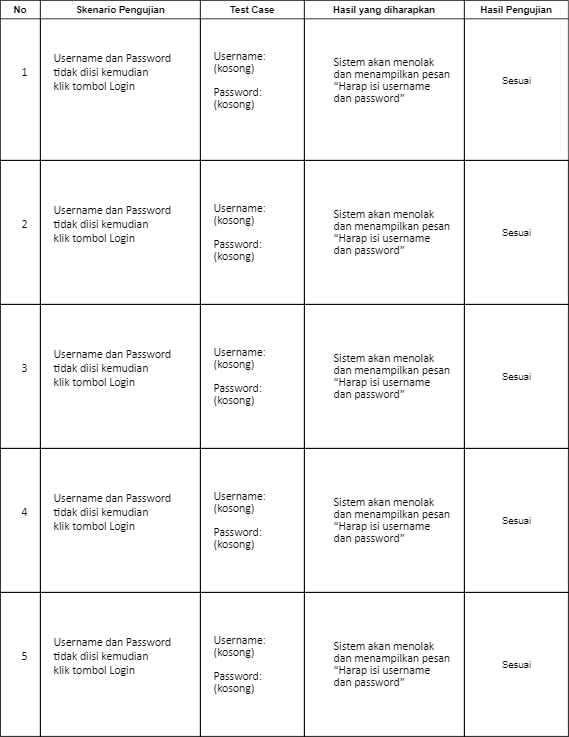
Above: Integration and System Testing.png in tamamhuda/Aplikasi-Presensi (draw.io), before the change. Source tidied: cells renumbered, new cells last; positions are measured from the earlier drawing's top-left corner, leaving out a move shared by most shapes.
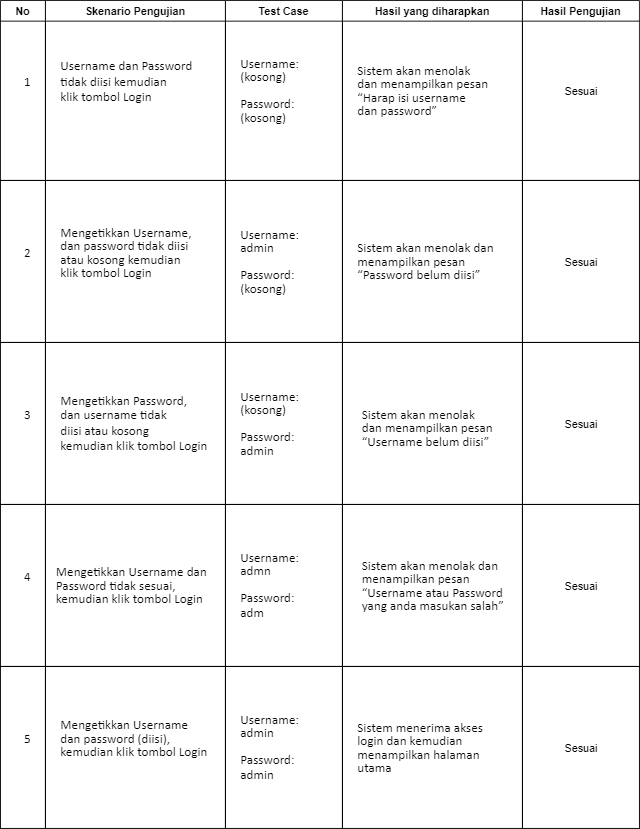
The same diagram one commit later.

What changed in the source:
```diff
@@ -21,7 +21,7 @@
       <mxGeometry x="380" width="200" height="200" as="geometry" />
     </mxCell>
     <mxCell id="8" value="&lt;span style=&quot;font-size: 11.0pt ; line-height: 107% ; font-family: &amp;#34;calibri&amp;#34; , sans-serif&quot;&gt;Sistem akan menolak &lt;br&gt;dan menampilkan pesan &lt;br&gt;“Harap isi username &lt;br&gt;dan password”&lt;/span&gt;" style="text;html=1;align=left;verticalAlign=middle;strokeColor=none;fillColor=none;" parent="7" vertex="1">
-      <mxGeometry x="35" y="65" width="160" height="70" as="geometry" />
+      <mxGeometry x="15" y="65" width="160" height="70" as="geometry" />
     </mxCell>
     <mxCell id="9" value="Hasil Pengujian" style="swimlane;" parent="1" vertex="1">
       <mxGeometry x="580" width="130" height="200" as="geometry" />
@@ -50,14 +50,14 @@
     <mxCell id="17" value="Sesuai" style="text;html=1;align=center;verticalAlign=middle;strokeColor=none;fillColor=none;" parent="1" vertex="1">
       <mxGeometry x="620" y="280" width="50" height="20" as="geometry" />
     </mxCell>
-    <mxCell id="18" value="&lt;div style=&quot;text-align: justify&quot;&gt;&lt;span style=&quot;font-family: &amp;#34;calibri&amp;#34; , sans-serif ; font-size: 11pt&quot;&gt;Username&amp;nbsp;&lt;/span&gt;&lt;span style=&quot;font-size: 11pt ; font-family: &amp;#34;calibri&amp;#34; , sans-serif&quot;&gt;dan Password&amp;nbsp;&lt;/span&gt;&lt;/div&gt;&lt;div style=&quot;text-align: justify&quot;&gt;&lt;span style=&quot;font-size: 11pt ; font-family: &amp;#34;calibri&amp;#34; , sans-serif&quot;&gt;tidak diisi&amp;nbsp;&lt;/span&gt;&lt;span style=&quot;font-size: 11pt ; font-family: &amp;#34;calibri&amp;#34; , sans-serif&quot;&gt;kemudian&amp;nbsp;&lt;/span&gt;&lt;/div&gt;&lt;div style=&quot;text-align: justify&quot;&gt;&lt;span style=&quot;font-size: 11pt ; font-family: &amp;#34;calibri&amp;#34; , sans-serif&quot;&gt;klik tombol Login&lt;/span&gt;&lt;/div&gt;" style="text;html=1;align=left;verticalAlign=middle;strokeColor=none;fillColor=none;" parent="1" vertex="1">
-      <mxGeometry x="65" y="255" width="170" height="50" as="geometry" />
+    <mxCell id="18" value="&lt;div style=&quot;text-align: justify&quot;&gt;&lt;span style=&quot;font-size: 11.0pt ; line-height: 107% ; font-family: &amp;#34;calibri&amp;#34; , sans-serif&quot;&gt;Mengetikkan Username,&lt;br&gt;dan password tidak diisi&lt;br&gt;atau kosong kemudian&lt;br&gt;klik tombol Login&lt;/span&gt;&lt;br&gt;&lt;/div&gt;" style="text;html=1;align=left;verticalAlign=middle;strokeColor=none;fillColor=none;" parent="1" vertex="1">
+      <mxGeometry x="65" y="245" width="160" height="70" as="geometry" />
     </mxCell>
-    <mxCell id="19" value="&lt;div style=&quot;text-align: justify&quot;&gt;&lt;span style=&quot;font-size: 11.0pt ; line-height: 107% ; font-family: &amp;#34;calibri&amp;#34; , sans-serif&quot;&gt;Username:&lt;br&gt;(kosong)&amp;nbsp;&lt;/span&gt;&lt;/div&gt;&lt;div style=&quot;text-align: justify&quot;&gt;&lt;span style=&quot;font-size: 11.0pt ; line-height: 107% ; font-family: &amp;#34;calibri&amp;#34; , sans-serif&quot;&gt;&lt;br&gt;&lt;/span&gt;&lt;/div&gt;&lt;div style=&quot;text-align: justify&quot;&gt;&lt;span style=&quot;font-size: 11.0pt ; line-height: 107% ; font-family: &amp;#34;calibri&amp;#34; , sans-serif&quot;&gt;Password:&amp;nbsp;&lt;/span&gt;&lt;/div&gt;&lt;div style=&quot;text-align: justify&quot;&gt;&lt;span style=&quot;font-size: 11.0pt ; line-height: 107% ; font-family: &amp;#34;calibri&amp;#34; , sans-serif&quot;&gt;(kosong)&lt;/span&gt;&lt;br&gt;&lt;/div&gt;" style="text;html=1;align=left;verticalAlign=middle;strokeColor=none;fillColor=none;" parent="1" vertex="1">
+    <mxCell id="19" value="&lt;div style=&quot;text-align: justify&quot;&gt;&lt;span style=&quot;font-size: 11.0pt ; line-height: 107% ; font-family: &amp;#34;calibri&amp;#34; , sans-serif&quot;&gt;Username:&lt;br&gt;&lt;span style=&quot;font-size: 11.0pt ; line-height: 107% ; font-family: &amp;#34;calibri&amp;#34; , sans-serif&quot;&gt;admin&amp;nbsp;&lt;/span&gt;&amp;nbsp;&lt;/span&gt;&lt;/div&gt;&lt;div style=&quot;text-align: justify&quot;&gt;&lt;span style=&quot;font-size: 11.0pt ; line-height: 107% ; font-family: &amp;#34;calibri&amp;#34; , sans-serif&quot;&gt;&lt;br&gt;&lt;/span&gt;&lt;/div&gt;&lt;div style=&quot;text-align: justify&quot;&gt;&lt;span style=&quot;font-size: 11.0pt ; line-height: 107% ; font-family: &amp;#34;calibri&amp;#34; , sans-serif&quot;&gt;Password:&amp;nbsp;&lt;/span&gt;&lt;/div&gt;&lt;div style=&quot;text-align: justify&quot;&gt;&lt;span style=&quot;font-size: 11.0pt ; line-height: 107% ; font-family: &amp;#34;calibri&amp;#34; , sans-serif&quot;&gt;(kosong)&lt;/span&gt;&lt;br&gt;&lt;/div&gt;" style="text;html=1;align=left;verticalAlign=middle;strokeColor=none;fillColor=none;" parent="1" vertex="1">
       <mxGeometry x="265" y="250" width="80" height="80" as="geometry" />
     </mxCell>
-    <mxCell id="20" value="&lt;span style=&quot;font-size: 11.0pt ; line-height: 107% ; font-family: &amp;#34;calibri&amp;#34; , sans-serif&quot;&gt;Sistem akan menolak &lt;br&gt;dan menampilkan pesan &lt;br&gt;“Harap isi username &lt;br&gt;dan password”&lt;/span&gt;" style="text;html=1;align=left;verticalAlign=middle;strokeColor=none;fillColor=none;" parent="1" vertex="1">
-      <mxGeometry x="415" y="255" width="160" height="70" as="geometry" />
+    <mxCell id="20" value="&lt;span style=&quot;font-size: 11.0pt ; line-height: 107% ; font-family: &amp;#34;calibri&amp;#34; , sans-serif&quot;&gt;Sistem akan menolak dan &lt;br&gt;menampilkan pesan &lt;br&gt;“Password belum diisi”&lt;/span&gt;" style="text;html=1;align=left;verticalAlign=middle;strokeColor=none;fillColor=none;" parent="1" vertex="1">
+      <mxGeometry x="395" y="265" width="170" height="50" as="geometry" />
     </mxCell>
     <mxCell id="21" value="&lt;span style=&quot;font-size: 11.0pt ; line-height: 107% ; font-family: &amp;#34;calibri&amp;#34; , sans-serif&quot;&gt;2&lt;/span&gt;" style="text;html=1;align=center;verticalAlign=middle;strokeColor=none;fillColor=none;" parent="1" vertex="1">
       <mxGeometry x="20" y="270" width="20" height="20" as="geometry" />
@@ -80,14 +80,14 @@
     <mxCell id="27" value="Sesuai" style="text;html=1;align=center;verticalAlign=middle;strokeColor=none;fillColor=none;" parent="1" vertex="1">
       <mxGeometry x="620" y="460" width="50" height="20" as="geometry" />
     </mxCell>
-    <mxCell id="28" value="&lt;div style=&quot;text-align: justify&quot;&gt;&lt;span style=&quot;font-family: &amp;#34;calibri&amp;#34; , sans-serif ; font-size: 11pt&quot;&gt;Username&amp;nbsp;&lt;/span&gt;&lt;span style=&quot;font-size: 11pt ; font-family: &amp;#34;calibri&amp;#34; , sans-serif&quot;&gt;dan Password&amp;nbsp;&lt;/span&gt;&lt;/div&gt;&lt;div style=&quot;text-align: justify&quot;&gt;&lt;span style=&quot;font-size: 11pt ; font-family: &amp;#34;calibri&amp;#34; , sans-serif&quot;&gt;tidak diisi&amp;nbsp;&lt;/span&gt;&lt;span style=&quot;font-size: 11pt ; font-family: &amp;#34;calibri&amp;#34; , sans-serif&quot;&gt;kemudian&amp;nbsp;&lt;/span&gt;&lt;/div&gt;&lt;div style=&quot;text-align: justify&quot;&gt;&lt;span style=&quot;font-size: 11pt ; font-family: &amp;#34;calibri&amp;#34; , sans-serif&quot;&gt;klik tombol Login&lt;/span&gt;&lt;/div&gt;" style="text;html=1;align=left;verticalAlign=middle;strokeColor=none;fillColor=none;" parent="1" vertex="1">
-      <mxGeometry x="65" y="435" width="170" height="50" as="geometry" />
+    <mxCell id="28" value="&lt;div style=&quot;text-align: justify&quot;&gt;&lt;span style=&quot;font-size: 11.0pt ; line-height: 107% ; font-family: &amp;#34;calibri&amp;#34; , sans-serif&quot;&gt;Mengetikkan Password,&amp;nbsp;&lt;/span&gt;&lt;/div&gt;&lt;div style=&quot;text-align: justify&quot;&gt;&lt;span style=&quot;font-family: &amp;#34;calibri&amp;#34; , sans-serif ; font-size: 11pt&quot;&gt;dan username&amp;nbsp;&lt;/span&gt;&lt;span style=&quot;font-family: &amp;#34;calibri&amp;#34; , sans-serif ; font-size: 11pt&quot;&gt;tidak&amp;nbsp;&lt;/span&gt;&lt;/div&gt;&lt;div style=&quot;text-align: justify&quot;&gt;&lt;span style=&quot;font-family: &amp;#34;calibri&amp;#34; , sans-serif ; font-size: 11pt&quot;&gt;diisi&amp;nbsp;&lt;/span&gt;&lt;span style=&quot;font-family: &amp;#34;calibri&amp;#34; , sans-serif ; font-size: 11pt&quot;&gt;atau kosong&amp;nbsp;&lt;/span&gt;&lt;/div&gt;&lt;div style=&quot;text-align: justify&quot;&gt;&lt;span style=&quot;font-family: &amp;#34;calibri&amp;#34; , sans-serif ; font-size: 11pt&quot;&gt;kemudian klik&amp;nbsp;&lt;/span&gt;&lt;span style=&quot;font-family: &amp;#34;calibri&amp;#34; , sans-serif ; font-size: 11pt&quot;&gt;tombol Login&lt;/span&gt;&lt;/div&gt;" style="text;html=1;align=left;verticalAlign=middle;strokeColor=none;fillColor=none;" parent="1" vertex="1">
+      <mxGeometry x="65" y="435" width="180" height="70" as="geometry" />
     </mxCell>
-    <mxCell id="29" value="&lt;div style=&quot;text-align: justify&quot;&gt;&lt;span style=&quot;font-size: 11.0pt ; line-height: 107% ; font-family: &amp;#34;calibri&amp;#34; , sans-serif&quot;&gt;Username:&lt;br&gt;(kosong)&amp;nbsp;&lt;/span&gt;&lt;/div&gt;&lt;div style=&quot;text-align: justify&quot;&gt;&lt;span style=&quot;font-size: 11.0pt ; line-height: 107% ; font-family: &amp;#34;calibri&amp;#34; , sans-serif&quot;&gt;&lt;br&gt;&lt;/span&gt;&lt;/div&gt;&lt;div style=&quot;text-align: justify&quot;&gt;&lt;span style=&quot;font-size: 11.0pt ; line-height: 107% ; font-family: &amp;#34;calibri&amp;#34; , sans-serif&quot;&gt;Password:&amp;nbsp;&lt;/span&gt;&lt;/div&gt;&lt;div style=&quot;text-align: justify&quot;&gt;&lt;span style=&quot;font-size: 11.0pt ; line-height: 107% ; font-family: &amp;#34;calibri&amp;#34; , sans-serif&quot;&gt;(kosong)&lt;/span&gt;&lt;br&gt;&lt;/div&gt;" style="text;html=1;align=left;verticalAlign=middle;strokeColor=none;fillColor=none;" parent="1" vertex="1">
+    <mxCell id="29" value="&lt;div style=&quot;text-align: justify&quot;&gt;&lt;span style=&quot;font-size: 11.0pt ; line-height: 107% ; font-family: &amp;#34;calibri&amp;#34; , sans-serif&quot;&gt;Username:&lt;br&gt;(kosong)&amp;nbsp;&lt;/span&gt;&lt;/div&gt;&lt;div style=&quot;text-align: justify&quot;&gt;&lt;span style=&quot;font-size: 11.0pt ; line-height: 107% ; font-family: &amp;#34;calibri&amp;#34; , sans-serif&quot;&gt;&lt;br&gt;&lt;/span&gt;&lt;/div&gt;&lt;div style=&quot;text-align: justify&quot;&gt;&lt;span style=&quot;font-size: 11.0pt ; line-height: 107% ; font-family: &amp;#34;calibri&amp;#34; , sans-serif&quot;&gt;Password:&amp;nbsp;&lt;/span&gt;&lt;/div&gt;&lt;div style=&quot;text-align: justify&quot;&gt;&lt;span style=&quot;font-size: 11.0pt ; line-height: 107% ; font-family: &amp;#34;calibri&amp;#34; , sans-serif&quot;&gt;admin&lt;/span&gt;&lt;br&gt;&lt;/div&gt;" style="text;html=1;align=left;verticalAlign=middle;strokeColor=none;fillColor=none;" parent="1" vertex="1">
       <mxGeometry x="265" y="430" width="80" height="80" as="geometry" />
     </mxCell>
-    <mxCell id="30" value="&lt;span style=&quot;font-size: 11.0pt ; line-height: 107% ; font-family: &amp;#34;calibri&amp;#34; , sans-serif&quot;&gt;Sistem akan menolak &lt;br&gt;dan menampilkan pesan &lt;br&gt;“Harap isi username &lt;br&gt;dan password”&lt;/span&gt;" style="text;html=1;align=left;verticalAlign=middle;strokeColor=none;fillColor=none;" parent="1" vertex="1">
-      <mxGeometry x="415" y="435" width="160" height="70" as="geometry" />
+    <mxCell id="30" value="&lt;span style=&quot;font-size: 11.0pt ; line-height: 107% ; font-family: &amp;#34;calibri&amp;#34; , sans-serif&quot;&gt;Sistem akan menolak &lt;br&gt;dan menampilkan pesan &lt;br&gt;“Username belum diisi”&lt;/span&gt;" style="text;html=1;align=left;verticalAlign=middle;strokeColor=none;fillColor=none;" parent="1" vertex="1">
+      <mxGeometry x="400" y="450" width="160" height="50" as="geometry" />
     </mxCell>
     <mxCell id="31" value="&lt;span style=&quot;font-size: 11.0pt ; line-height: 107% ; font-family: &amp;#34;calibri&amp;#34; , sans-serif&quot;&gt;3&lt;/span&gt;" style="text;html=1;align=center;verticalAlign=middle;strokeColor=none;fillColor=none;" parent="1" vertex="1">
       <mxGeometry x="20" y="450" width="20" height="20" as="geometry" />
@@ -110,14 +110,14 @@
     <mxCell id="37" value="Sesuai" style="text;html=1;align=center;verticalAlign=middle;strokeColor=none;fillColor=none;" parent="1" vertex="1">
       <mxGeometry x="620" y="640" width="50" height="20" as="geometry" />
     </mxCell>
-    <mxCell id="38" value="&lt;div style=&quot;text-align: justify&quot;&gt;&lt;span style=&quot;font-family: &amp;#34;calibri&amp;#34; , sans-serif ; font-size: 11pt&quot;&gt;Username&amp;nbsp;&lt;/span&gt;&lt;span style=&quot;font-size: 11pt ; font-family: &amp;#34;calibri&amp;#34; , sans-serif&quot;&gt;dan Password&amp;nbsp;&lt;/span&gt;&lt;/div&gt;&lt;div style=&quot;text-align: justify&quot;&gt;&lt;span style=&quot;font-size: 11pt ; font-family: &amp;#34;calibri&amp;#34; , sans-serif&quot;&gt;tidak diisi&amp;nbsp;&lt;/span&gt;&lt;span style=&quot;font-size: 11pt ; font-family: &amp;#34;calibri&amp;#34; , sans-serif&quot;&gt;kemudian&amp;nbsp;&lt;/span&gt;&lt;/div&gt;&lt;div style=&quot;text-align: justify&quot;&gt;&lt;span style=&quot;font-size: 11pt ; font-family: &amp;#34;calibri&amp;#34; , sans-serif&quot;&gt;klik tombol Login&lt;/span&gt;&lt;/div&gt;" style="text;html=1;align=left;verticalAlign=middle;strokeColor=none;fillColor=none;" parent="1" vertex="1">
-      <mxGeometry x="65" y="615" width="170" height="50" as="geometry" />
+    <mxCell id="38" value="&lt;div style=&quot;text-align: justify&quot;&gt;&lt;span style=&quot;font-size: 11.0pt ; line-height: 107% ; font-family: &amp;#34;calibri&amp;#34; , sans-serif&quot;&gt;Mengetikkan Username dan&lt;/span&gt;&lt;/div&gt;&lt;div style=&quot;text-align: justify&quot;&gt;&lt;span style=&quot;font-size: 11.0pt ; line-height: 107% ; font-family: &amp;#34;calibri&amp;#34; , sans-serif&quot;&gt;Password tidak sesuai,&amp;nbsp;&lt;/span&gt;&lt;/div&gt;&lt;div style=&quot;text-align: justify&quot;&gt;&lt;span style=&quot;font-size: 11.0pt ; line-height: 107% ; font-family: &amp;#34;calibri&amp;#34; , sans-serif&quot;&gt;kemudian klik tombol Login&lt;/span&gt;&lt;br&gt;&lt;/div&gt;" style="text;html=1;align=left;verticalAlign=middle;strokeColor=none;fillColor=none;" parent="1" vertex="1">
+      <mxGeometry x="60" y="625" width="180" height="50" as="geometry" />
     </mxCell>
-    <mxCell id="39" value="&lt;div style=&quot;text-align: justify&quot;&gt;&lt;span style=&quot;font-size: 11.0pt ; line-height: 107% ; font-family: &amp;#34;calibri&amp;#34; , sans-serif&quot;&gt;Username:&lt;br&gt;(kosong)&amp;nbsp;&lt;/span&gt;&lt;/div&gt;&lt;div style=&quot;text-align: justify&quot;&gt;&lt;span style=&quot;font-size: 11.0pt ; line-height: 107% ; font-family: &amp;#34;calibri&amp;#34; , sans-serif&quot;&gt;&lt;br&gt;&lt;/span&gt;&lt;/div&gt;&lt;div style=&quot;text-align: justify&quot;&gt;&lt;span style=&quot;font-size: 11.0pt ; line-height: 107% ; font-family: &amp;#34;calibri&amp;#34; , sans-serif&quot;&gt;Password:&amp;nbsp;&lt;/span&gt;&lt;/div&gt;&lt;div style=&quot;text-align: justify&quot;&gt;&lt;span style=&quot;font-size: 11.0pt ; line-height: 107% ; font-family: &amp;#34;calibri&amp;#34; , sans-serif&quot;&gt;(kosong)&lt;/span&gt;&lt;br&gt;&lt;/div&gt;" style="text;html=1;align=left;verticalAlign=middle;strokeColor=none;fillColor=none;" parent="1" vertex="1">
+    <mxCell id="39" value="&lt;div style=&quot;text-align: justify&quot;&gt;&lt;span style=&quot;font-size: 11.0pt ; line-height: 107% ; font-family: &amp;#34;calibri&amp;#34; , sans-serif&quot;&gt;Username:&lt;br&gt;admn&lt;/span&gt;&lt;/div&gt;&lt;div style=&quot;text-align: justify&quot;&gt;&lt;span style=&quot;font-size: 11.0pt ; line-height: 107% ; font-family: &amp;#34;calibri&amp;#34; , sans-serif&quot;&gt;&lt;br&gt;&lt;/span&gt;&lt;/div&gt;&lt;div style=&quot;text-align: justify&quot;&gt;&lt;span style=&quot;font-size: 11.0pt ; line-height: 107% ; font-family: &amp;#34;calibri&amp;#34; , sans-serif&quot;&gt;Password:&amp;nbsp;&lt;/span&gt;&lt;/div&gt;&lt;div style=&quot;text-align: justify&quot;&gt;&lt;font face=&quot;calibri, sans-serif&quot;&gt;&lt;span style=&quot;font-size: 14.6667px&quot;&gt;adm&lt;/span&gt;&lt;/font&gt;&lt;/div&gt;" style="text;html=1;align=left;verticalAlign=middle;strokeColor=none;fillColor=none;" parent="1" vertex="1">
       <mxGeometry x="265" y="610" width="80" height="80" as="geometry" />
     </mxCell>
-    <mxCell id="40" value="&lt;span style=&quot;font-size: 11.0pt ; line-height: 107% ; font-family: &amp;#34;calibri&amp;#34; , sans-serif&quot;&gt;Sistem akan menolak &lt;br&gt;dan menampilkan pesan &lt;br&gt;“Harap isi username &lt;br&gt;dan password”&lt;/span&gt;" style="text;html=1;align=left;verticalAlign=middle;strokeColor=none;fillColor=none;" parent="1" vertex="1">
-      <mxGeometry x="415" y="615" width="160" height="70" as="geometry" />
+    <mxCell id="40" value="&lt;span style=&quot;font-size: 11.0pt ; line-height: 107% ; font-family: &amp;#34;calibri&amp;#34; , sans-serif&quot;&gt;Sistem akan menolak dan &lt;br&gt;menampilkan pesan &lt;br&gt;“Username atau Password &lt;br&gt;yang anda masukan salah”&lt;/span&gt;" style="text;html=1;align=left;verticalAlign=middle;strokeColor=none;fillColor=none;" parent="1" vertex="1">
+      <mxGeometry x="400" y="615" width="170" height="70" as="geometry" />
     </mxCell>
     <mxCell id="41" value="&lt;span style=&quot;font-size: 11.0pt ; line-height: 107% ; font-family: &amp;#34;calibri&amp;#34; , sans-serif&quot;&gt;4&lt;/span&gt;" style="text;html=1;align=center;verticalAlign=middle;strokeColor=none;fillColor=none;" parent="1" vertex="1">
       <mxGeometry x="20" y="630" width="20" height="20" as="geometry" />
@@ -140,14 +140,14 @@
     <mxCell id="47" value="Sesuai" style="text;html=1;align=center;verticalAlign=middle;strokeColor=none;fillColor=none;" parent="1" vertex="1">
       <mxGeometry x="620" y="820" width="50" height="20" as="geometry" />
     </mxCell>
-    <mxCell id="48" value="&lt;div style=&quot;text-align: justify&quot;&gt;&lt;span style=&quot;font-family: &amp;#34;calibri&amp;#34; , sans-serif ; font-size: 11pt&quot;&gt;Username&amp;nbsp;&lt;/span&gt;&lt;span style=&quot;font-size: 11pt ; font-family: &amp;#34;calibri&amp;#34; , sans-serif&quot;&gt;dan Password&amp;nbsp;&lt;/span&gt;&lt;/div&gt;&lt;div style=&quot;text-align: justify&quot;&gt;&lt;span style=&quot;font-size: 11pt ; font-family: &amp;#34;calibri&amp;#34; , sans-serif&quot;&gt;tidak diisi&amp;nbsp;&lt;/span&gt;&lt;span style=&quot;font-size: 11pt ; font-family: &amp;#34;calibri&amp;#34; , sans-serif&quot;&gt;kemudian&amp;nbsp;&lt;/span&gt;&lt;/div&gt;&lt;div style=&quot;text-align: justify&quot;&gt;&lt;span style=&quot;font-size: 11pt ; font-family: &amp;#34;calibri&amp;#34; , sans-serif&quot;&gt;klik tombol Login&lt;/span&gt;&lt;/div&gt;" style="text;html=1;align=left;verticalAlign=middle;strokeColor=none;fillColor=none;" parent="1" vertex="1">
-      <mxGeometry x="65" y="795" width="170" height="50" as="geometry" />
+    <mxCell id="48" value="&lt;div style=&quot;text-align: justify&quot;&gt;&lt;span style=&quot;font-size: 11.0pt ; line-height: 107% ; font-family: &amp;#34;calibri&amp;#34; , sans-serif&quot;&gt;Mengetikkan Username&amp;nbsp;&lt;/span&gt;&lt;/div&gt;&lt;div style=&quot;text-align: justify&quot;&gt;&lt;span style=&quot;font-size: 11.0pt ; line-height: 107% ; font-family: &amp;#34;calibri&amp;#34; , sans-serif&quot;&gt;dan password (diisi),&amp;nbsp;&lt;/span&gt;&lt;/div&gt;&lt;div style=&quot;text-align: justify&quot;&gt;&lt;span style=&quot;font-size: 11.0pt ; line-height: 107% ; font-family: &amp;#34;calibri&amp;#34; , sans-serif&quot;&gt;kemudian klik tombol Login&lt;/span&gt;&lt;br&gt;&lt;/div&gt;" style="text;html=1;align=left;verticalAlign=middle;strokeColor=none;fillColor=none;" parent="1" vertex="1">
+      <mxGeometry x="65" y="795" width="180" height="50" as="geometry" />
     </mxCell>
-    <mxCell id="49" value="&lt;div style=&quot;text-align: justify&quot;&gt;&lt;span style=&quot;font-size: 11.0pt ; line-height: 107% ; font-family: &amp;#34;calibri&amp;#34; , sans-serif&quot;&gt;Username:&lt;br&gt;(kosong)&amp;nbsp;&lt;/span&gt;&lt;/div&gt;&lt;div style=&quot;text-align: justify&quot;&gt;&lt;span style=&quot;font-size: 11.0pt ; line-height: 107% ; font-family: &amp;#34;calibri&amp;#34; , sans-serif&quot;&gt;&lt;br&gt;&lt;/span&gt;&lt;/div&gt;&lt;div style=&quot;text-align: justify&quot;&gt;&lt;span style=&quot;font-size: 11.0pt ; line-height: 107% ; font-family: &amp;#34;calibri&amp;#34; , sans-serif&quot;&gt;Password:&amp;nbsp;&lt;/span&gt;&lt;/div&gt;&lt;div style=&quot;text-align: justify&quot;&gt;&lt;span style=&quot;font-size: 11.0pt ; line-height: 107% ; font-family: &amp;#34;calibri&amp;#34; , sans-serif&quot;&gt;(kosong)&lt;/span&gt;&lt;br&gt;&lt;/div&gt;" style="text;html=1;align=left;verticalAlign=middle;strokeColor=none;fillColor=none;" parent="1" vertex="1">
+    <mxCell id="49" value="&lt;div style=&quot;text-align: justify&quot;&gt;&lt;span style=&quot;font-size: 11.0pt ; line-height: 107% ; font-family: &amp;#34;calibri&amp;#34; , sans-serif&quot;&gt;Username:&lt;br&gt;&lt;span style=&quot;font-size: 11.0pt ; line-height: 107% ; font-family: &amp;#34;calibri&amp;#34; , sans-serif&quot;&gt;admin&amp;nbsp;&lt;/span&gt;&lt;br&gt;&lt;/span&gt;&lt;/div&gt;&lt;div style=&quot;text-align: justify&quot;&gt;&lt;span style=&quot;font-size: 11.0pt ; line-height: 107% ; font-family: &amp;#34;calibri&amp;#34; , sans-serif&quot;&gt;&lt;br&gt;&lt;/span&gt;&lt;/div&gt;&lt;div style=&quot;text-align: justify&quot;&gt;&lt;span style=&quot;font-size: 11.0pt ; line-height: 107% ; font-family: &amp;#34;calibri&amp;#34; , sans-serif&quot;&gt;Password:&amp;nbsp;&lt;/span&gt;&lt;/div&gt;&lt;div style=&quot;text-align: justify&quot;&gt;&lt;font face=&quot;calibri, sans-serif&quot;&gt;&lt;span style=&quot;font-size: 14.6667px&quot;&gt;admin&lt;/span&gt;&lt;/font&gt;&lt;/div&gt;" style="text;html=1;align=left;verticalAlign=middle;strokeColor=none;fillColor=none;" parent="1" vertex="1">
       <mxGeometry x="265" y="790" width="80" height="80" as="geometry" />
     </mxCell>
-    <mxCell id="50" value="&lt;span style=&quot;font-size: 11.0pt ; line-height: 107% ; font-family: &amp;#34;calibri&amp;#34; , sans-serif&quot;&gt;Sistem akan menolak &lt;br&gt;dan menampilkan pesan &lt;br&gt;“Harap isi username &lt;br&gt;dan password”&lt;/span&gt;" style="text;html=1;align=left;verticalAlign=middle;strokeColor=none;fillColor=none;" parent="1" vertex="1">
-      <mxGeometry x="415" y="795" width="160" height="70" as="geometry" />
+    <mxCell id="50" value="&lt;span style=&quot;font-size: 11.0pt ; line-height: 107% ; font-family: &amp;#34;calibri&amp;#34; , sans-serif&quot;&gt;Sistem menerima akses &lt;br&gt;login dan kemudian &lt;br&gt;menampilkan halaman &lt;br&gt;utama&amp;nbsp;&lt;/span&gt;" style="text;html=1;align=left;verticalAlign=middle;strokeColor=none;fillColor=none;" parent="1" vertex="1">
+      <mxGeometry x="395" y="795" width="160" height="70" as="geometry" />
     </mxCell>
     <mxCell id="51" value="&lt;span style=&quot;font-size: 11.0pt ; line-height: 107% ; font-family: &amp;#34;calibri&amp;#34; , sans-serif&quot;&gt;5&lt;/span&gt;" style="text;html=1;align=center;verticalAlign=middle;strokeColor=none;fillColor=none;" parent="1" vertex="1">
       <mxGeometry x="20" y="810" width="20" height="20" as="geometry" />
```
